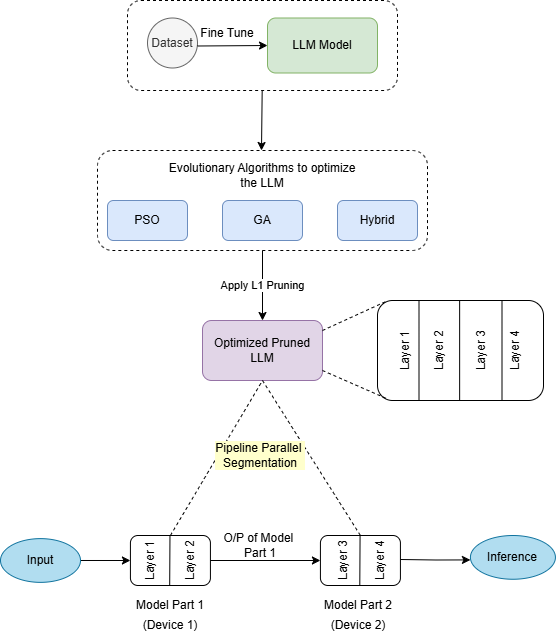
Before: finaloutline.png, a diagram exported from draw.io (manyahegde/rakuten-project). Source tidied: cells renumbered, new cells last; positions are measured from the earlier drawing's top-left corner, leaving out a move shared by most shapes. Its diagram source:
```xml
<mxGraphModel>
  <root>
    <mxCell id="0" />
    <mxCell id="1" parent="0" />
    <mxCell id="2" style="group;" parent="1" vertex="1">
      <mxGeometry x="97" width="457.9" height="400" as="geometry" />
    </mxCell>
    <mxCell id="3" style="rounded=1;whiteSpace=wrap;html=1;dashed=1;" parent="2" vertex="1">
      <mxGeometry y="150" width="330" height="100" as="geometry" />
    </mxCell>
    <mxCell id="4" style="endArrow=classic;html=1;rounded=0;exitX=0.333;exitY=1.167;exitDx=0;exitDy=0;exitPerimeter=0;" parent="2" edge="1">
      <mxGeometry relative="1" as="geometry">
        <mxPoint x="164.7" y="90" as="sourcePoint" />
        <mxPoint x="164" y="150" as="targetPoint" />
      </mxGeometry>
    </mxCell>
    <mxCell id="5" style="group;" parent="2" vertex="1">
      <mxGeometry x="30" width="270" height="90" as="geometry" />
    </mxCell>
    <mxCell id="6" style="rounded=1;whiteSpace=wrap;html=1;dashed=1;" parent="5" vertex="1">
      <mxGeometry width="270" height="90" as="geometry" />
    </mxCell>
    <mxCell id="7" value="LLM Model" style="rounded=1;whiteSpace=wrap;html=1;fillColor=#d5e8d4;strokeColor=#82b366;" parent="5" vertex="1">
      <mxGeometry x="140" y="17.5" width="110" height="55" as="geometry" />
    </mxCell>
    <mxCell id="8" value="Dataset" style="ellipse;whiteSpace=wrap;html=1;fillColor=#f5f5f5;fontColor=#333333;strokeColor=#666666;" parent="5" vertex="1">
      <mxGeometry x="20" y="17.5" width="50" height="50" as="geometry" />
    </mxCell>
    <mxCell id="9" value="Fine Tune" style="text;strokeColor=none;align=center;fillColor=none;html=1;verticalAlign=middle;whiteSpace=wrap;rounded=0;" parent="5" vertex="1">
      <mxGeometry x="70" y="17.5" width="60" height="30" as="geometry" />
    </mxCell>
    <mxCell id="10" style="endArrow=classic;html=1;rounded=0;entryX=0;entryY=0.5;entryDx=0;entryDy=0;" parent="5" edge="1" target="7">
      <mxGeometry relative="1" as="geometry">
        <mxPoint x="70" y="45.5" as="sourcePoint" />
      </mxGeometry>
    </mxCell>
    <mxCell id="11" value="PSO" style="rounded=1;whiteSpace=wrap;html=1;fillColor=#dae8fc;strokeColor=#6c8ebf;" parent="2" vertex="1">
      <mxGeometry x="10" y="200" width="80" height="40" as="geometry" />
    </mxCell>
    <mxCell id="12" style="endArrow=none;html=1;rounded=0;" parent="2" edge="1" target="13">
      <mxGeometry relative="1" as="geometry">
        <mxPoint x="164.4" y="230" as="sourcePoint" />
      </mxGeometry>
    </mxCell>
    <mxCell id="13" value="GA" style="rounded=1;whiteSpace=wrap;html=1;fillColor=#dae8fc;strokeColor=#6c8ebf;" parent="2" vertex="1">
      <mxGeometry x="125" y="200" width="80" height="40" as="geometry" />
    </mxCell>
    <mxCell id="14" style="endArrow=none;html=1;rounded=0;" parent="2" edge="1" target="15">
      <mxGeometry relative="1" as="geometry">
        <mxPoint x="280" y="230" as="sourcePoint" />
      </mxGeometry>
    </mxCell>
    <mxCell id="15" value="Hybrid" style="rounded=1;whiteSpace=wrap;html=1;fillColor=#dae8fc;strokeColor=#6c8ebf;" parent="2" vertex="1">
      <mxGeometry x="240" y="200" width="80" height="40" as="geometry" />
    </mxCell>
    <mxCell id="16" value="Optimized Pruned LLM" style="rounded=1;whiteSpace=wrap;html=1;fillColor=#e1d5e7;strokeColor=#9673a6;" parent="2" vertex="1">
      <mxGeometry x="105" y="320" width="120" height="60" as="geometry" />
    </mxCell>
    <mxCell id="17" value="Apply L1 Pruning" style="endArrow=classic;html=1;rounded=0;entryX=0.5;entryY=0;entryDx=0;entryDy=0;" parent="2" edge="1" target="16">
      <mxGeometry relative="1" as="geometry">
        <mxPoint x="165" y="250" as="sourcePoint" />
      </mxGeometry>
    </mxCell>
    <mxCell id="18" value="Evolutionary Algorithms to optimize the LLM" style="text;strokeColor=none;align=center;fillColor=none;html=1;verticalAlign=middle;whiteSpace=wrap;rounded=0;" parent="2" vertex="1">
      <mxGeometry x="65" y="160" width="200" height="30" as="geometry" />
    </mxCell>
    <mxCell id="19" style="group;" parent="2" vertex="1">
      <mxGeometry x="280" y="300" width="166" height="100" as="geometry" />
    </mxCell>
    <mxCell id="20" style="rounded=1;whiteSpace=wrap;html=1;" parent="19" vertex="1">
      <mxGeometry width="166" height="100" as="geometry" />
    </mxCell>
    <mxCell id="21" style="endArrow=none;html=1;rounded=0;exitX=0.25;exitY=1;exitDx=0;exitDy=0;entryX=0.25;entryY=0;entryDx=0;entryDy=0;" parent="19" edge="1" source="20" target="20">
      <mxGeometry relative="1" as="geometry" />
    </mxCell>
    <mxCell id="22" style="endArrow=none;html=1;rounded=0;exitX=0.25;exitY=1;exitDx=0;exitDy=0;entryX=0.25;entryY=0;entryDx=0;entryDy=0;" parent="19" edge="1">
      <mxGeometry relative="1" as="geometry">
        <mxPoint x="82.1" y="100" as="sourcePoint" />
        <mxPoint x="82.1" as="targetPoint" />
      </mxGeometry>
    </mxCell>
    <mxCell id="23" style="endArrow=none;html=1;rounded=0;exitX=0.25;exitY=1;exitDx=0;exitDy=0;entryX=0.25;entryY=0;entryDx=0;entryDy=0;" parent="19" edge="1">
      <mxGeometry relative="1" as="geometry">
        <mxPoint x="124.5" y="100" as="sourcePoint" />
        <mxPoint x="124.5" as="targetPoint" />
      </mxGeometry>
    </mxCell>
    <mxCell id="24" value="Layer 1" style="text;strokeColor=none;align=center;fillColor=none;html=1;verticalAlign=middle;whiteSpace=wrap;rounded=0;rotation=-90;" parent="19" vertex="1">
      <mxGeometry x="-13.8" y="25" width="83" height="50" as="geometry" />
    </mxCell>
    <mxCell id="25" value="Layer 2" style="text;strokeColor=none;align=center;fillColor=none;html=1;verticalAlign=middle;whiteSpace=wrap;rounded=0;rotation=-90;" parent="19" vertex="1">
      <mxGeometry x="20.8" y="25" width="83" height="50" as="geometry" />
    </mxCell>
    <mxCell id="26" value="Layer 3&lt;div&gt;&lt;br&gt;&lt;/div&gt;" style="text;strokeColor=none;align=center;fillColor=none;html=1;verticalAlign=middle;whiteSpace=wrap;rounded=0;rotation=-90;" parent="19" vertex="1">
      <mxGeometry x="69.2" y="25" width="83" height="50" as="geometry" />
    </mxCell>
    <mxCell id="27" value="Layer 4" style="text;strokeColor=none;align=center;fillColor=none;html=1;verticalAlign=middle;whiteSpace=wrap;rounded=0;rotation=-90;" parent="19" vertex="1">
      <mxGeometry x="96.8" y="25" width="83" height="50" as="geometry" />
    </mxCell>
    <mxCell id="28" style="endArrow=none;dashed=1;html=1;rounded=0;entryX=0.06;entryY=0.003;entryDx=0;entryDy=0;entryPerimeter=0;" parent="2" edge="1" target="20">
      <mxGeometry relative="1" as="geometry">
        <mxPoint x="225" y="330" as="sourcePoint" />
      </mxGeometry>
    </mxCell>
    <mxCell id="29" style="endArrow=none;dashed=1;html=1;rounded=0;entryX=0.055;entryY=0.981;entryDx=0;entryDy=0;entryPerimeter=0;" parent="2" edge="1" target="20">
      <mxGeometry relative="1" as="geometry">
        <mxPoint x="225" y="370" as="sourcePoint" />
      </mxGeometry>
    </mxCell>
    <mxCell id="30" style="endArrow=none;dashed=1;html=1;rounded=0;entryX=0.5;entryY=1;entryDx=0;entryDy=0;exitX=0.5;exitY=0;exitDx=0;exitDy=0;" parent="1" edge="1" source="36" target="16">
      <mxGeometry relative="1" as="geometry" />
    </mxCell>
    <mxCell id="31" style="endArrow=none;dashed=1;html=1;rounded=0;exitX=0.5;exitY=1;exitDx=0;exitDy=0;entryX=0.5;entryY=0;entryDx=0;entryDy=0;" parent="1" edge="1" source="16" target="41">
      <mxGeometry relative="1" as="geometry" />
    </mxCell>
    <mxCell id="32" value="Model Part 1" style="text;strokeColor=none;align=center;fillColor=none;html=1;verticalAlign=middle;whiteSpace=wrap;rounded=0;" parent="1" vertex="1">
      <mxGeometry x="129.9" y="590" width="80" height="30" as="geometry" />
    </mxCell>
    <mxCell id="33" value="Model Part 2" style="text;strokeColor=none;align=center;fillColor=none;html=1;verticalAlign=middle;whiteSpace=wrap;rounded=0;" parent="1" vertex="1">
      <mxGeometry x="312.9" y="590" width="90" height="30" as="geometry" />
    </mxCell>
    <mxCell id="34" value="Pipeline Parallel&amp;nbsp;&lt;div&gt;Segmentation&lt;/div&gt;" style="text;strokeColor=none;align=center;fillColor=none;html=1;verticalAlign=middle;whiteSpace=wrap;rounded=0;labelBackgroundColor=#FFFFCC;" parent="1" vertex="1">
      <mxGeometry x="195" y="440" width="130" height="30" as="geometry" />
    </mxCell>
    <mxCell id="35" style="group;" parent="1" vertex="1">
      <mxGeometry x="129.9" y="535" width="90" height="50" as="geometry" />
    </mxCell>
    <mxCell id="36" style="rounded=1;whiteSpace=wrap;html=1;" parent="35" vertex="1">
      <mxGeometry width="80" height="50" as="geometry" />
    </mxCell>
    <mxCell id="37" style="endArrow=none;html=1;rounded=0;entryX=0.25;entryY=0;entryDx=0;entryDy=0;" parent="35" edge="1">
      <mxGeometry relative="1" as="geometry">
        <mxPoint x="39.3" y="50" as="sourcePoint" />
        <mxPoint x="39.5" as="targetPoint" />
      </mxGeometry>
    </mxCell>
    <mxCell id="38" value="Layer 1" style="text;strokeColor=none;align=center;fillColor=none;html=1;verticalAlign=middle;whiteSpace=wrap;rounded=0;rotation=-90;" parent="35" vertex="1">
      <mxGeometry x="-10" y="10" width="60" height="30" as="geometry" />
    </mxCell>
    <mxCell id="39" value="Layer 2" style="text;strokeColor=none;align=center;fillColor=none;html=1;verticalAlign=middle;whiteSpace=wrap;rounded=0;rotation=-90;" parent="35" vertex="1">
      <mxGeometry x="30" y="10" width="60" height="30" as="geometry" />
    </mxCell>
    <mxCell id="40" style="endArrow=classic;html=1;rounded=0;exitX=1;exitY=0.5;exitDx=0;exitDy=0;" parent="1" edge="1" source="36">
      <mxGeometry relative="1" as="geometry">
        <mxPoint x="319.9" y="560" as="targetPoint" />
      </mxGeometry>
    </mxCell>
    <mxCell id="41" style="rounded=1;whiteSpace=wrap;html=1;" parent="1" vertex="1">
      <mxGeometry x="319.9" y="535" width="80" height="50" as="geometry" />
    </mxCell>
    <mxCell id="42" style="endArrow=none;html=1;rounded=0;entryX=0.25;entryY=0;entryDx=0;entryDy=0;" parent="1" edge="1">
      <mxGeometry relative="1" as="geometry">
        <mxPoint x="359.3" y="585" as="sourcePoint" />
        <mxPoint x="359.6" y="535" as="targetPoint" />
      </mxGeometry>
    </mxCell>
    <mxCell id="43" value="Layer 3&lt;div&gt;&lt;br&gt;&lt;/div&gt;" style="text;strokeColor=none;align=center;fillColor=none;html=1;verticalAlign=middle;whiteSpace=wrap;rounded=0;rotation=-90;" parent="1" vertex="1">
      <mxGeometry x="319.9" y="545" width="60" height="30" as="geometry" />
    </mxCell>
    <mxCell id="44" value="Layer 4" style="text;strokeColor=none;align=center;fillColor=none;html=1;verticalAlign=middle;whiteSpace=wrap;rounded=0;rotation=-90;" parent="1" vertex="1">
      <mxGeometry x="349.9" y="545" width="60" height="30" as="geometry" />
    </mxCell>
    <mxCell id="45" value="O/P of Model&amp;nbsp;&lt;div&gt;Part 1&lt;/div&gt;" style="text;strokeColor=none;align=center;fillColor=none;html=1;verticalAlign=middle;whiteSpace=wrap;rounded=0;" parent="1" vertex="1">
      <mxGeometry x="190" y="530" width="140" height="30" as="geometry" />
    </mxCell>
    <mxCell id="46" value="(Device 1)" style="text;strokeColor=none;align=center;fillColor=none;html=1;verticalAlign=middle;whiteSpace=wrap;rounded=0;" parent="1" vertex="1">
      <mxGeometry x="139.9" y="610" width="60" height="30" as="geometry" />
    </mxCell>
    <mxCell id="47" value="(Device 2)" style="text;strokeColor=none;align=center;fillColor=none;html=1;verticalAlign=middle;whiteSpace=wrap;rounded=0;" parent="1" vertex="1">
      <mxGeometry x="327.9" y="610" width="60" height="30" as="geometry" />
    </mxCell>
    <mxCell id="48" style="edgeStyle=orthogonalEdgeStyle;rounded=0;jettySize=auto;html=1;entryX=0;entryY=0.5;entryDx=0;entryDy=0;exitX=1;exitY=0.5;exitDx=0;exitDy=0;" parent="1" edge="1" source="49" target="36">
      <mxGeometry relative="1" as="geometry" />
    </mxCell>
    <mxCell id="49" style="ellipse;whiteSpace=wrap;html=1;fillColor=#b1ddf0;strokeColor=#10739e;" parent="1" vertex="1">
      <mxGeometry y="538.1" width="80" height="43.8" as="geometry" />
    </mxCell>
    <mxCell id="50" value="Input" style="text;align=center;html=1;verticalAlign=middle;whiteSpace=wrap;rounded=0;" parent="1" vertex="1">
      <mxGeometry x="11.8" y="546.2" width="56.5" height="27.6" as="geometry" />
    </mxCell>
    <mxCell id="51" style="edgeStyle=orthogonalEdgeStyle;rounded=0;jettySize=auto;html=1;entryX=0;entryY=0.558;entryDx=0;entryDy=0;entryPerimeter=0;" parent="1" edge="1" target="52">
      <mxGeometry relative="1" as="geometry">
        <mxPoint x="400" y="559" as="sourcePoint" />
      </mxGeometry>
    </mxCell>
    <mxCell id="52" style="ellipse;whiteSpace=wrap;html=1;fillColor=#b1ddf0;strokeColor=#10739e;" parent="1" vertex="1">
      <mxGeometry x="469.9" y="535" width="85" height="43.8" as="geometry" />
    </mxCell>
    <mxCell id="53" value="Inference" style="text;strokeColor=none;align=center;fillColor=none;html=1;verticalAlign=middle;whiteSpace=wrap;rounded=0;" parent="1" vertex="1">
      <mxGeometry x="482.4" y="543.1" width="60" height="27.6" as="geometry" />
    </mxCell>
  </root>
</mxGraphModel>
```
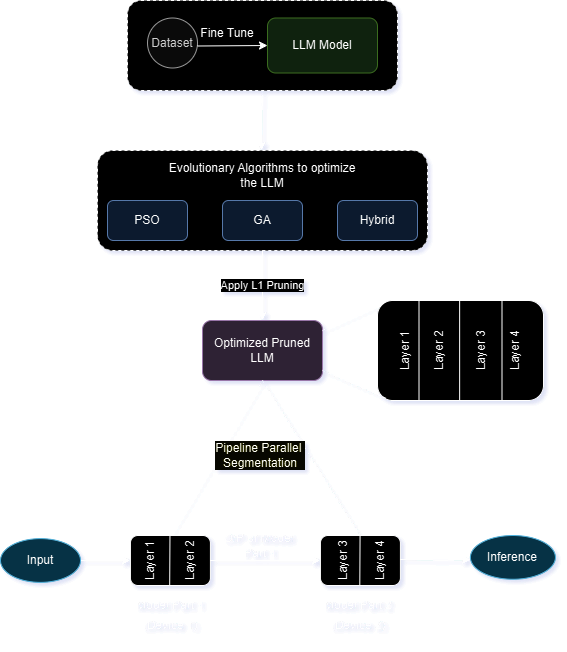
The same file after the commit.

Change to the diagram source:
```diff
@@ -1,8 +1,11 @@
-<mxGraphModel>
+<mxGraphModel background="#FFFFFF" shadow="1">
   <root>
     <mxCell id="0" />
     <mxCell id="1" parent="0" />
+    <mxCell id="54" style="group;" parent="1" vertex="1">
+      <mxGeometry x="60" y="-10" width="554.9" height="640" as="geometry" />
+    </mxCell>
-    <mxCell id="2" style="group;" parent="1" vertex="1">
+    <mxCell id="2" style="group;" parent="54" vertex="1">
       <mxGeometry x="97" width="457.9" height="400" as="geometry" />
     </mxCell>
     <mxCell id="3" style="rounded=1;whiteSpace=wrap;html=1;dashed=1;" parent="2" vertex="1">
@@ -107,22 +110,22 @@
         <mxPoint x="225" y="370" as="sourcePoint" />
       </mxGeometry>
     </mxCell>
-    <mxCell id="30" style="endArrow=none;dashed=1;html=1;rounded=0;entryX=0.5;entryY=1;entryDx=0;entryDy=0;exitX=0.5;exitY=0;exitDx=0;exitDy=0;" parent="1" edge="1" source="36" target="16">
+    <mxCell id="30" style="endArrow=none;dashed=1;html=1;rounded=0;entryX=0.5;entryY=1;entryDx=0;entryDy=0;exitX=0.5;exitY=0;exitDx=0;exitDy=0;" parent="54" edge="1" source="36" target="16">
       <mxGeometry relative="1" as="geometry" />
     </mxCell>
-    <mxCell id="31" style="endArrow=none;dashed=1;html=1;rounded=0;exitX=0.5;exitY=1;exitDx=0;exitDy=0;entryX=0.5;entryY=0;entryDx=0;entryDy=0;" parent="1" edge="1" source="16" target="41">
+    <mxCell id="31" style="endArrow=none;dashed=1;html=1;rounded=0;exitX=0.5;exitY=1;exitDx=0;exitDy=0;entryX=0.5;entryY=0;entryDx=0;entryDy=0;" parent="54" edge="1" source="16" target="41">
       <mxGeometry relative="1" as="geometry" />
     </mxCell>
-    <mxCell id="32" value="Model Part 1" style="text;strokeColor=none;align=center;fillColor=none;html=1;verticalAlign=middle;whiteSpace=wrap;rounded=0;" parent="1" vertex="1">
+    <mxCell id="32" value="Model Part 1" style="text;strokeColor=none;align=center;fillColor=none;html=1;verticalAlign=middle;whiteSpace=wrap;rounded=0;" parent="54" vertex="1">
       <mxGeometry x="129.9" y="590" width="80" height="30" as="geometry" />
     </mxCell>
-    <mxCell id="33" value="Model Part 2" style="text;strokeColor=none;align=center;fillColor=none;html=1;verticalAlign=middle;whiteSpace=wrap;rounded=0;" parent="1" vertex="1">
+    <mxCell id="33" value="Model Part 2" style="text;strokeColor=none;align=center;fillColor=none;html=1;verticalAlign=middle;whiteSpace=wrap;rounded=0;" parent="54" vertex="1">
       <mxGeometry x="312.9" y="590" width="90" height="30" as="geometry" />
     </mxCell>
-    <mxCell id="34" value="Pipeline Parallel&amp;nbsp;&lt;div&gt;Segmentation&lt;/div&gt;" style="text;strokeColor=none;align=center;fillColor=none;html=1;verticalAlign=middle;whiteSpace=wrap;rounded=0;labelBackgroundColor=#FFFFCC;" parent="1" vertex="1">
+    <mxCell id="34" value="Pipeline Parallel&amp;nbsp;&lt;div&gt;Segmentation&lt;/div&gt;" style="text;strokeColor=none;align=center;fillColor=none;html=1;verticalAlign=middle;whiteSpace=wrap;rounded=0;labelBackgroundColor=#FFFFCC;" parent="54" vertex="1">
       <mxGeometry x="195" y="440" width="130" height="30" as="geometry" />
     </mxCell>
-    <mxCell id="35" style="group;" parent="1" vertex="1">
+    <mxCell id="35" style="group;" parent="54" vertex="1">
       <mxGeometry x="129.9" y="535" width="90" height="50" as="geometry" />
     </mxCell>
     <mxCell id="36" style="rounded=1;whiteSpace=wrap;html=1;" parent="35" vertex="1">
@@ -140,53 +143,53 @@
     <mxCell id="39" value="Layer 2" style="text;strokeColor=none;align=center;fillColor=none;html=1;verticalAlign=middle;whiteSpace=wrap;rounded=0;rotation=-90;" parent="35" vertex="1">
       <mxGeometry x="30" y="10" width="60" height="30" as="geometry" />
     </mxCell>
-    <mxCell id="40" style="endArrow=classic;html=1;rounded=0;exitX=1;exitY=0.5;exitDx=0;exitDy=0;" parent="1" edge="1" source="36">
+    <mxCell id="40" style="endArrow=classic;html=1;rounded=0;exitX=1;exitY=0.5;exitDx=0;exitDy=0;" parent="54" edge="1" source="36">
       <mxGeometry relative="1" as="geometry">
         <mxPoint x="319.9" y="560" as="targetPoint" />
       </mxGeometry>
     </mxCell>
-    <mxCell id="41" style="rounded=1;whiteSpace=wrap;html=1;" parent="1" vertex="1">
+    <mxCell id="41" style="rounded=1;whiteSpace=wrap;html=1;" parent="54" vertex="1">
       <mxGeometry x="319.9" y="535" width="80" height="50" as="geometry" />
     </mxCell>
-    <mxCell id="42" style="endArrow=none;html=1;rounded=0;entryX=0.25;entryY=0;entryDx=0;entryDy=0;" parent="1" edge="1">
+    <mxCell id="42" style="endArrow=none;html=1;rounded=0;entryX=0.25;entryY=0;entryDx=0;entryDy=0;" parent="54" edge="1">
       <mxGeometry relative="1" as="geometry">
         <mxPoint x="359.3" y="585" as="sourcePoint" />
         <mxPoint x="359.6" y="535" as="targetPoint" />
       </mxGeometry>
     </mxCell>
-    <mxCell id="43" value="Layer 3&lt;div&gt;&lt;br&gt;&lt;/div&gt;" style="text;strokeColor=none;align=center;fillColor=none;html=1;verticalAlign=middle;whiteSpace=wrap;rounded=0;rotation=-90;" parent="1" vertex="1">
+    <mxCell id="43" value="Layer 3&lt;div&gt;&lt;br&gt;&lt;/div&gt;" style="text;strokeColor=none;align=center;fillColor=none;html=1;verticalAlign=middle;whiteSpace=wrap;rounded=0;rotation=-90;" parent="54" vertex="1">
       <mxGeometry x="319.9" y="545" width="60" height="30" as="geometry" />
     </mxCell>
-    <mxCell id="44" value="Layer 4" style="text;strokeColor=none;align=center;fillColor=none;html=1;verticalAlign=middle;whiteSpace=wrap;rounded=0;rotation=-90;" parent="1" vertex="1">
+    <mxCell id="44" value="Layer 4" style="text;strokeColor=none;align=center;fillColor=none;html=1;verticalAlign=middle;whiteSpace=wrap;rounded=0;rotation=-90;" parent="54" vertex="1">
       <mxGeometry x="349.9" y="545" width="60" height="30" as="geometry" />
     </mxCell>
-    <mxCell id="45" value="O/P of Model&amp;nbsp;&lt;div&gt;Part 1&lt;/div&gt;" style="text;strokeColor=none;align=center;fillColor=none;html=1;verticalAlign=middle;whiteSpace=wrap;rounded=0;" parent="1" vertex="1">
+    <mxCell id="45" value="O/P of Model&amp;nbsp;&lt;div&gt;Part 1&lt;/div&gt;" style="text;strokeColor=none;align=center;fillColor=none;html=1;verticalAlign=middle;whiteSpace=wrap;rounded=0;" parent="54" vertex="1">
       <mxGeometry x="190" y="530" width="140" height="30" as="geometry" />
     </mxCell>
-    <mxCell id="46" value="(Device 1)" style="text;strokeColor=none;align=center;fillColor=none;html=1;verticalAlign=middle;whiteSpace=wrap;rounded=0;" parent="1" vertex="1">
+    <mxCell id="46" value="(Device 1)" style="text;strokeColor=none;align=center;fillColor=none;html=1;verticalAlign=middle;whiteSpace=wrap;rounded=0;" parent="54" vertex="1">
       <mxGeometry x="139.9" y="610" width="60" height="30" as="geometry" />
     </mxCell>
-    <mxCell id="47" value="(Device 2)" style="text;strokeColor=none;align=center;fillColor=none;html=1;verticalAlign=middle;whiteSpace=wrap;rounded=0;" parent="1" vertex="1">
+    <mxCell id="47" value="(Device 2)" style="text;strokeColor=none;align=center;fillColor=none;html=1;verticalAlign=middle;whiteSpace=wrap;rounded=0;" parent="54" vertex="1">
       <mxGeometry x="327.9" y="610" width="60" height="30" as="geometry" />
     </mxCell>
-    <mxCell id="48" style="edgeStyle=orthogonalEdgeStyle;rounded=0;jettySize=auto;html=1;entryX=0;entryY=0.5;entryDx=0;entryDy=0;exitX=1;exitY=0.5;exitDx=0;exitDy=0;" parent="1" edge="1" source="49" target="36">
+    <mxCell id="48" style="edgeStyle=orthogonalEdgeStyle;rounded=0;jettySize=auto;html=1;entryX=0;entryY=0.5;entryDx=0;entryDy=0;exitX=1;exitY=0.5;exitDx=0;exitDy=0;" parent="54" edge="1" source="49" target="36">
       <mxGeometry relative="1" as="geometry" />
     </mxCell>
-    <mxCell id="49" style="ellipse;whiteSpace=wrap;html=1;fillColor=#b1ddf0;strokeColor=#10739e;" parent="1" vertex="1">
+    <mxCell id="49" style="ellipse;whiteSpace=wrap;html=1;fillColor=#b1ddf0;strokeColor=#10739e;" parent="54" vertex="1">
       <mxGeometry y="538.1" width="80" height="43.8" as="geometry" />
     </mxCell>
-    <mxCell id="50" value="Input" style="text;align=center;html=1;verticalAlign=middle;whiteSpace=wrap;rounded=0;" parent="1" vertex="1">
+    <mxCell id="50" value="Input" style="text;align=center;html=1;verticalAlign=middle;whiteSpace=wrap;rounded=0;" parent="54" vertex="1">
       <mxGeometry x="11.8" y="546.2" width="56.5" height="27.6" as="geometry" />
     </mxCell>
-    <mxCell id="51" style="edgeStyle=orthogonalEdgeStyle;rounded=0;jettySize=auto;html=1;entryX=0;entryY=0.558;entryDx=0;entryDy=0;entryPerimeter=0;" parent="1" edge="1" target="52">
+    <mxCell id="51" style="edgeStyle=orthogonalEdgeStyle;rounded=0;jettySize=auto;html=1;entryX=0;entryY=0.558;entryDx=0;entryDy=0;entryPerimeter=0;" parent="54" edge="1" target="52">
       <mxGeometry relative="1" as="geometry">
         <mxPoint x="400" y="559" as="sourcePoint" />
       </mxGeometry>
     </mxCell>
-    <mxCell id="52" style="ellipse;whiteSpace=wrap;html=1;fillColor=#b1ddf0;strokeColor=#10739e;" parent="1" vertex="1">
+    <mxCell id="52" style="ellipse;whiteSpace=wrap;html=1;fillColor=#b1ddf0;strokeColor=#10739e;" parent="54" vertex="1">
       <mxGeometry x="469.9" y="535" width="85" height="43.8" as="geometry" />
     </mxCell>
-    <mxCell id="53" value="Inference" style="text;strokeColor=none;align=center;fillColor=none;html=1;verticalAlign=middle;whiteSpace=wrap;rounded=0;" parent="1" vertex="1">
+    <mxCell id="53" value="Inference" style="text;strokeColor=none;align=center;fillColor=none;html=1;verticalAlign=middle;whiteSpace=wrap;rounded=0;" parent="54" vertex="1">
       <mxGeometry x="482.4" y="543.1" width="60" height="27.6" as="geometry" />
     </mxCell>
   </root>
```
